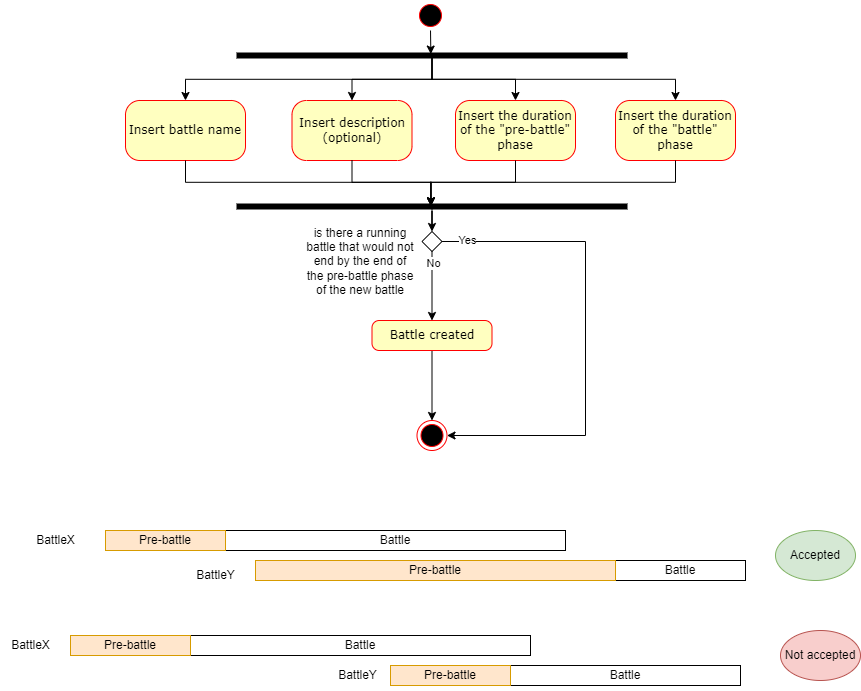
Above: Resources/UML/ActivityDiagram/CreateBattle.png in SimoneLucca2/CodingCompetitionApplication (draw.io), before the change. Source tidied: cells renumbered, new cells last; positions are measured from the earlier drawing's top-left corner, leaving out a move shared by most shapes. Its diagram source:
```xml
<mxGraphModel>
  <root>
    <mxCell id="0" />
    <mxCell id="1" parent="0" />
    <mxCell id="2" style="ellipse;html=1;shape=startState;fillColor=#000000;strokeColor=#ff0000;rounded=1;shadow=0;comic=0;labelBackgroundColor=none;fontFamily=Verdana;fontSize=12;fontColor=#000000;align=center;direction=south;" parent="1" vertex="1">
      <mxGeometry x="415" y="140" width="30" height="30" as="geometry" />
    </mxCell>
    <mxCell id="3" value="Insert description&lt;br&gt;(optional)" style="rounded=1;whiteSpace=wrap;html=1;arcSize=24;fillColor=#ffffc0;strokeColor=#ff0000;shadow=0;comic=0;labelBackgroundColor=none;fontFamily=Verdana;fontSize=12;fontColor=#000000;align=center;" parent="1" vertex="1">
      <mxGeometry x="291.5" y="240" width="120" height="60" as="geometry" />
    </mxCell>
    <mxCell id="4" style="ellipse;html=1;shape=endState;fillColor=#000000;strokeColor=#ff0000;rounded=1;shadow=0;comic=0;labelBackgroundColor=none;fontFamily=Verdana;fontSize=12;fontColor=#000000;align=center;" parent="1" vertex="1">
      <mxGeometry x="416.5" y="560" width="30" height="30" as="geometry" />
    </mxCell>
    <mxCell id="5" style="edgeStyle=orthogonalEdgeStyle;rounded=0;jettySize=auto;html=1;entryX=0.5;entryY=0;entryDx=0;entryDy=0;" parent="1" edge="1" source="9" target="13">
      <mxGeometry relative="1" as="geometry" />
    </mxCell>
    <mxCell id="6" style="edgeStyle=orthogonalEdgeStyle;rounded=0;jettySize=auto;html=1;" parent="1" edge="1" source="9" target="3">
      <mxGeometry relative="1" as="geometry" />
    </mxCell>
    <mxCell id="7" style="edgeStyle=orthogonalEdgeStyle;rounded=0;jettySize=auto;html=1;" parent="1" edge="1" source="9" target="12">
      <mxGeometry relative="1" as="geometry" />
    </mxCell>
    <mxCell id="8" style="edgeStyle=orthogonalEdgeStyle;rounded=0;jettySize=auto;html=1;" parent="1" edge="1" source="9" target="11">
      <mxGeometry relative="1" as="geometry" />
    </mxCell>
    <mxCell id="9" style="html=1;points=[];perimeter=orthogonalPerimeter;fillColor=strokeColor;rotation=90;" parent="1" vertex="1">
      <mxGeometry x="429" width="5" height="390" as="geometry" />
    </mxCell>
    <mxCell id="10" style="edgeStyle=orthogonalEdgeStyle;rounded=0;jettySize=auto;html=1;exitX=1;exitY=0.5;exitDx=0;exitDy=0;entryX=0.21;entryY=0.503;entryDx=0;entryDy=0;entryPerimeter=0;" parent="1" edge="1" source="2" target="9">
      <mxGeometry relative="1" as="geometry" />
    </mxCell>
    <mxCell id="11" value="Insert the duration of the &quot;battle&quot; phase" style="rounded=1;whiteSpace=wrap;html=1;arcSize=24;fillColor=#ffffc0;strokeColor=#ff0000;shadow=0;comic=0;labelBackgroundColor=none;fontFamily=Verdana;fontSize=12;fontColor=#000000;align=center;" parent="1" vertex="1">
      <mxGeometry x="615" y="240" width="120" height="60" as="geometry" />
    </mxCell>
    <mxCell id="12" value="Insert the duration of the &quot;pre-battle&quot; phase" style="rounded=1;whiteSpace=wrap;html=1;arcSize=24;fillColor=#ffffc0;strokeColor=#ff0000;shadow=0;comic=0;labelBackgroundColor=none;fontFamily=Verdana;fontSize=12;fontColor=#000000;align=center;" parent="1" vertex="1">
      <mxGeometry x="455" y="240" width="120" height="60" as="geometry" />
    </mxCell>
    <mxCell id="13" value="Insert battle name" style="rounded=1;whiteSpace=wrap;html=1;arcSize=24;fillColor=#ffffc0;strokeColor=#ff0000;shadow=0;comic=0;labelBackgroundColor=none;fontFamily=Verdana;fontSize=12;fontColor=#000000;align=center;" parent="1" vertex="1">
      <mxGeometry x="125" y="240" width="120" height="60" as="geometry" />
    </mxCell>
    <mxCell id="14" style="edgeStyle=orthogonalEdgeStyle;rounded=0;jettySize=auto;html=1;exitX=1;exitY=0.5;exitDx=0;exitDy=0;entryX=1;entryY=0.5;entryDx=0;entryDy=0;" parent="1" edge="1" source="18" target="4">
      <mxGeometry relative="1" as="geometry">
        <Array as="points">
          <mxPoint x="585" y="381" />
          <mxPoint x="585" y="575" />
        </Array>
      </mxGeometry>
    </mxCell>
    <mxCell id="15" value="Yes" style="edgeLabel;html=1;align=center;verticalAlign=middle;" parent="14" vertex="1">
      <mxGeometry x="-0.89" y="2" relative="1" as="geometry" />
    </mxCell>
    <mxCell id="16" style="edgeStyle=orthogonalEdgeStyle;rounded=0;jettySize=auto;html=1;" parent="1" edge="1" source="18" target="21">
      <mxGeometry relative="1" as="geometry" />
    </mxCell>
    <mxCell id="17" value="No" style="edgeLabel;html=1;align=center;verticalAlign=middle;" parent="16" vertex="1">
      <mxGeometry x="-0.69" y="1" relative="1" as="geometry" />
    </mxCell>
    <mxCell id="18" style="rhombus;whiteSpace=wrap;html=1;" parent="1" vertex="1">
      <mxGeometry x="421.5" y="371" width="20" height="20" as="geometry" />
    </mxCell>
    <mxCell id="19" value="is there a running battle that would not end by the end of the pre-battle phase of the new battle" style="text;html=1;strokeColor=none;fillColor=none;align=center;verticalAlign=middle;whiteSpace=wrap;rounded=0;" parent="1" vertex="1">
      <mxGeometry x="305" y="361" width="110" height="80" as="geometry" />
    </mxCell>
    <mxCell id="20" style="edgeStyle=orthogonalEdgeStyle;rounded=0;jettySize=auto;html=1;" parent="1" edge="1" source="21" target="4">
      <mxGeometry relative="1" as="geometry" />
    </mxCell>
    <mxCell id="21" value="Battle created" style="rounded=1;whiteSpace=wrap;html=1;arcSize=24;fillColor=#ffffc0;strokeColor=#ff0000;shadow=0;comic=0;labelBackgroundColor=none;fontFamily=Verdana;fontSize=12;fontColor=#000000;align=center;" parent="1" vertex="1">
      <mxGeometry x="371.5" y="460" width="120" height="30" as="geometry" />
    </mxCell>
    <mxCell id="22" style="edgeStyle=orthogonalEdgeStyle;rounded=0;jettySize=auto;html=1;" parent="1" edge="1" source="23" target="18">
      <mxGeometry relative="1" as="geometry" />
    </mxCell>
    <mxCell id="23" style="html=1;points=[];perimeter=orthogonalPerimeter;fillColor=strokeColor;rotation=90;" parent="1" vertex="1">
      <mxGeometry x="429" y="151" width="5" height="390" as="geometry" />
    </mxCell>
    <mxCell id="24" style="edgeStyle=orthogonalEdgeStyle;rounded=0;jettySize=auto;html=1;entryX=0.355;entryY=0.503;entryDx=0;entryDy=0;entryPerimeter=0;" parent="1" edge="1" source="13" target="23">
      <mxGeometry relative="1" as="geometry" />
    </mxCell>
    <mxCell id="25" style="edgeStyle=orthogonalEdgeStyle;rounded=0;jettySize=auto;html=1;entryX=0.355;entryY=0.502;entryDx=0;entryDy=0;entryPerimeter=0;" parent="1" edge="1" source="3" target="23">
      <mxGeometry relative="1" as="geometry" />
    </mxCell>
    <mxCell id="26" style="edgeStyle=orthogonalEdgeStyle;rounded=0;jettySize=auto;html=1;entryX=0.38;entryY=0.503;entryDx=0;entryDy=0;entryPerimeter=0;" parent="1" edge="1" source="12" target="23">
      <mxGeometry relative="1" as="geometry" />
    </mxCell>
    <mxCell id="27" style="edgeStyle=orthogonalEdgeStyle;rounded=0;jettySize=auto;html=1;entryX=0.38;entryY=0.503;entryDx=0;entryDy=0;entryPerimeter=0;" parent="1" edge="1" source="11" target="23">
      <mxGeometry relative="1" as="geometry" />
    </mxCell>
    <mxCell id="28" value="Battle" style="rounded=0;whiteSpace=wrap;html=1;" parent="1" vertex="1">
      <mxGeometry x="225" y="670" width="340" height="20" as="geometry" />
    </mxCell>
    <mxCell id="29" value="Pre-battle" style="rounded=0;whiteSpace=wrap;html=1;fillColor=#ffe6cc;strokeColor=#d79b00;" parent="1" vertex="1">
      <mxGeometry x="105" y="670" width="120" height="20" as="geometry" />
    </mxCell>
    <mxCell id="30" value="Battle" style="rounded=0;whiteSpace=wrap;html=1;" parent="1" vertex="1">
      <mxGeometry x="615" y="700" width="130" height="20" as="geometry" />
    </mxCell>
    <mxCell id="31" value="Pre-battle" style="rounded=0;whiteSpace=wrap;html=1;fillColor=#ffe6cc;strokeColor=#d79b00;" parent="1" vertex="1">
      <mxGeometry x="255" y="700" width="360" height="20" as="geometry" />
    </mxCell>
    <mxCell id="32" value="Battle" style="rounded=0;whiteSpace=wrap;html=1;" parent="1" vertex="1">
      <mxGeometry x="190" y="775" width="340" height="20" as="geometry" />
    </mxCell>
    <mxCell id="33" value="Pre-battle" style="rounded=0;whiteSpace=wrap;html=1;fillColor=#ffe6cc;strokeColor=#d79b00;" parent="1" vertex="1">
      <mxGeometry x="70" y="775" width="120" height="20" as="geometry" />
    </mxCell>
    <mxCell id="34" value="Battle" style="rounded=0;whiteSpace=wrap;html=1;" parent="1" vertex="1">
      <mxGeometry x="510" y="805" width="230" height="20" as="geometry" />
    </mxCell>
    <mxCell id="35" value="Pre-battle" style="rounded=0;whiteSpace=wrap;html=1;fillColor=#ffe6cc;strokeColor=#d79b00;" parent="1" vertex="1">
      <mxGeometry x="390" y="805" width="120" height="20" as="geometry" />
    </mxCell>
    <mxCell id="36" value="BattleX" style="text;html=1;align=center;verticalAlign=middle;strokeColor=none;fillColor=none;" parent="1" vertex="1">
      <mxGeometry x="25" y="665" width="60" height="30" as="geometry" />
    </mxCell>
    <mxCell id="37" value="BattleX" style="text;html=1;align=center;verticalAlign=middle;strokeColor=none;fillColor=none;" parent="1" vertex="1">
      <mxGeometry y="770" width="60" height="30" as="geometry" />
    </mxCell>
    <mxCell id="38" value="BattleY" style="text;html=1;align=center;verticalAlign=middle;strokeColor=none;fillColor=none;" parent="1" vertex="1">
      <mxGeometry x="185" y="700" width="60" height="30" as="geometry" />
    </mxCell>
    <mxCell id="39" value="BattleY" style="text;html=1;align=center;verticalAlign=middle;strokeColor=none;fillColor=none;" parent="1" vertex="1">
      <mxGeometry x="326.5" y="800" width="60" height="30" as="geometry" />
    </mxCell>
    <mxCell id="40" value="Accepted" style="ellipse;whiteSpace=wrap;html=1;fillColor=#d5e8d4;strokeColor=#82b366;" parent="1" vertex="1">
      <mxGeometry x="775" y="670" width="80" height="50" as="geometry" />
    </mxCell>
    <mxCell id="41" value="Not accepted" style="ellipse;whiteSpace=wrap;html=1;fillColor=#f8cecc;strokeColor=#b85450;" parent="1" vertex="1">
      <mxGeometry x="780" y="770" width="80" height="50" as="geometry" />
    </mxCell>
  </root>
</mxGraphModel>
```
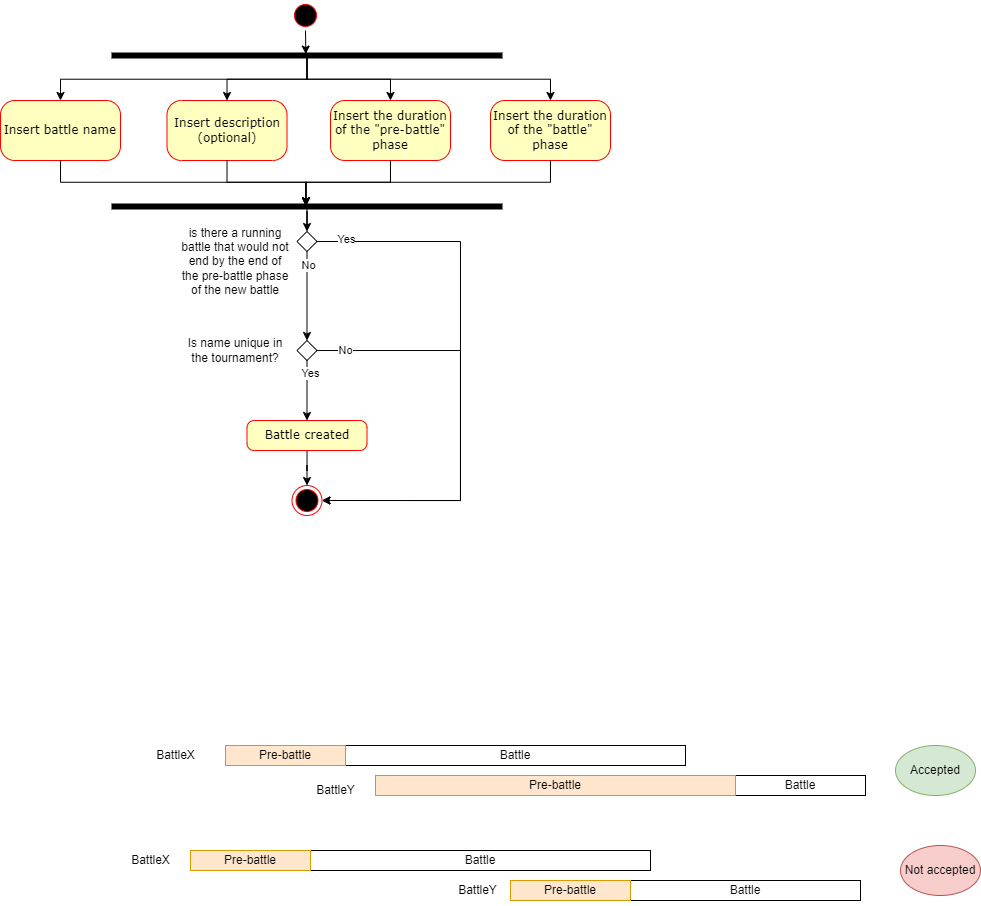
After the commit.

What changed in the source:
```diff
@@ -3,13 +3,13 @@
     <mxCell id="0" />
     <mxCell id="1" parent="0" />
     <mxCell id="2" style="ellipse;html=1;shape=startState;fillColor=#000000;strokeColor=#ff0000;rounded=1;shadow=0;comic=0;labelBackgroundColor=none;fontFamily=Verdana;fontSize=12;fontColor=#000000;align=center;direction=south;" parent="1" vertex="1">
-      <mxGeometry x="415" y="140" width="30" height="30" as="geometry" />
+      <mxGeometry x="170" y="-75" width="30" height="30" as="geometry" />
     </mxCell>
     <mxCell id="3" value="Insert description&lt;br&gt;(optional)" style="rounded=1;whiteSpace=wrap;html=1;arcSize=24;fillColor=#ffffc0;strokeColor=#ff0000;shadow=0;comic=0;labelBackgroundColor=none;fontFamily=Verdana;fontSize=12;fontColor=#000000;align=center;" parent="1" vertex="1">
-      <mxGeometry x="291.5" y="240" width="120" height="60" as="geometry" />
+      <mxGeometry x="46.5" y="25" width="120" height="60" as="geometry" />
     </mxCell>
     <mxCell id="4" style="ellipse;html=1;shape=endState;fillColor=#000000;strokeColor=#ff0000;rounded=1;shadow=0;comic=0;labelBackgroundColor=none;fontFamily=Verdana;fontSize=12;fontColor=#000000;align=center;" parent="1" vertex="1">
-      <mxGeometry x="416.5" y="560" width="30" height="30" as="geometry" />
+      <mxGeometry x="171.5" y="410" width="30" height="30" as="geometry" />
     </mxCell>
     <mxCell id="5" style="edgeStyle=orthogonalEdgeStyle;rounded=0;jettySize=auto;html=1;entryX=0.5;entryY=0;entryDx=0;entryDy=0;" parent="1" edge="1" source="9" target="13">
       <mxGeometry relative="1" as="geometry" />
@@ -24,54 +24,54 @@
       <mxGeometry relative="1" as="geometry" />
     </mxCell>
     <mxCell id="9" style="html=1;points=[];perimeter=orthogonalPerimeter;fillColor=strokeColor;rotation=90;" parent="1" vertex="1">
-      <mxGeometry x="429" width="5" height="390" as="geometry" />
+      <mxGeometry x="184" y="-215" width="5" height="390" as="geometry" />
     </mxCell>
     <mxCell id="10" style="edgeStyle=orthogonalEdgeStyle;rounded=0;jettySize=auto;html=1;exitX=1;exitY=0.5;exitDx=0;exitDy=0;entryX=0.21;entryY=0.503;entryDx=0;entryDy=0;entryPerimeter=0;" parent="1" edge="1" source="2" target="9">
       <mxGeometry relative="1" as="geometry" />
     </mxCell>
     <mxCell id="11" value="Insert the duration of the &quot;battle&quot; phase" style="rounded=1;whiteSpace=wrap;html=1;arcSize=24;fillColor=#ffffc0;strokeColor=#ff0000;shadow=0;comic=0;labelBackgroundColor=none;fontFamily=Verdana;fontSize=12;fontColor=#000000;align=center;" parent="1" vertex="1">
-      <mxGeometry x="615" y="240" width="120" height="60" as="geometry" />
+      <mxGeometry x="370" y="25" width="120" height="60" as="geometry" />
     </mxCell>
     <mxCell id="12" value="Insert the duration of the &quot;pre-battle&quot; phase" style="rounded=1;whiteSpace=wrap;html=1;arcSize=24;fillColor=#ffffc0;strokeColor=#ff0000;shadow=0;comic=0;labelBackgroundColor=none;fontFamily=Verdana;fontSize=12;fontColor=#000000;align=center;" parent="1" vertex="1">
-      <mxGeometry x="455" y="240" width="120" height="60" as="geometry" />
+      <mxGeometry x="210" y="25" width="120" height="60" as="geometry" />
     </mxCell>
     <mxCell id="13" value="Insert battle name" style="rounded=1;whiteSpace=wrap;html=1;arcSize=24;fillColor=#ffffc0;strokeColor=#ff0000;shadow=0;comic=0;labelBackgroundColor=none;fontFamily=Verdana;fontSize=12;fontColor=#000000;align=center;" parent="1" vertex="1">
-      <mxGeometry x="125" y="240" width="120" height="60" as="geometry" />
+      <mxGeometry x="-120" y="25" width="120" height="60" as="geometry" />
     </mxCell>
     <mxCell id="14" style="edgeStyle=orthogonalEdgeStyle;rounded=0;jettySize=auto;html=1;exitX=1;exitY=0.5;exitDx=0;exitDy=0;entryX=1;entryY=0.5;entryDx=0;entryDy=0;" parent="1" edge="1" source="18" target="4">
       <mxGeometry relative="1" as="geometry">
         <Array as="points">
-          <mxPoint x="585" y="381" />
-          <mxPoint x="585" y="575" />
+          <mxPoint x="340" y="166" />
+          <mxPoint x="340" y="425" />
         </Array>
       </mxGeometry>
     </mxCell>
     <mxCell id="15" value="Yes" style="edgeLabel;html=1;align=center;verticalAlign=middle;" parent="14" vertex="1">
       <mxGeometry x="-0.89" y="2" relative="1" as="geometry" />
     </mxCell>
-    <mxCell id="16" style="edgeStyle=orthogonalEdgeStyle;rounded=0;jettySize=auto;html=1;" parent="1" edge="1" source="18" target="21">
+    <mxCell id="16" style="edgeStyle=orthogonalEdgeStyle;rounded=0;jettySize=auto;html=1;entryX=0.5;entryY=0;entryDx=0;entryDy=0;" parent="1" edge="1" source="18" target="46">
       <mxGeometry relative="1" as="geometry" />
     </mxCell>
     <mxCell id="17" value="No" style="edgeLabel;html=1;align=center;verticalAlign=middle;" parent="16" vertex="1">
       <mxGeometry x="-0.69" y="1" relative="1" as="geometry" />
     </mxCell>
     <mxCell id="18" style="rhombus;whiteSpace=wrap;html=1;" parent="1" vertex="1">
-      <mxGeometry x="421.5" y="371" width="20" height="20" as="geometry" />
+      <mxGeometry x="176.5" y="156" width="20" height="20" as="geometry" />
     </mxCell>
     <mxCell id="19" value="is there a running battle that would not end by the end of the pre-battle phase of the new battle" style="text;html=1;strokeColor=none;fillColor=none;align=center;verticalAlign=middle;whiteSpace=wrap;rounded=0;" parent="1" vertex="1">
-      <mxGeometry x="305" y="361" width="110" height="80" as="geometry" />
+      <mxGeometry x="60" y="146" width="110" height="80" as="geometry" />
     </mxCell>
     <mxCell id="20" style="edgeStyle=orthogonalEdgeStyle;rounded=0;jettySize=auto;html=1;" parent="1" edge="1" source="21" target="4">
       <mxGeometry relative="1" as="geometry" />
     </mxCell>
     <mxCell id="21" value="Battle created" style="rounded=1;whiteSpace=wrap;html=1;arcSize=24;fillColor=#ffffc0;strokeColor=#ff0000;shadow=0;comic=0;labelBackgroundColor=none;fontFamily=Verdana;fontSize=12;fontColor=#000000;align=center;" parent="1" vertex="1">
-      <mxGeometry x="371.5" y="460" width="120" height="30" as="geometry" />
+      <mxGeometry x="126.5" y="345" width="120" height="30" as="geometry" />
     </mxCell>
     <mxCell id="22" style="edgeStyle=orthogonalEdgeStyle;rounded=0;jettySize=auto;html=1;" parent="1" edge="1" source="23" target="18">
       <mxGeometry relative="1" as="geometry" />
     </mxCell>
     <mxCell id="23" style="html=1;points=[];perimeter=orthogonalPerimeter;fillColor=strokeColor;rotation=90;" parent="1" vertex="1">
-      <mxGeometry x="429" y="151" width="5" height="390" as="geometry" />
+      <mxGeometry x="184" y="-64" width="5" height="390" as="geometry" />
     </mxCell>
     <mxCell id="24" style="edgeStyle=orthogonalEdgeStyle;rounded=0;jettySize=auto;html=1;entryX=0.355;entryY=0.503;entryDx=0;entryDy=0;entryPerimeter=0;" parent="1" edge="1" source="13" target="23">
       <mxGeometry relative="1" as="geometry" />
@@ -127,5 +127,30 @@
     <mxCell id="41" value="Not accepted" style="ellipse;whiteSpace=wrap;html=1;fillColor=#f8cecc;strokeColor=#b85450;" parent="1" vertex="1">
       <mxGeometry x="780" y="770" width="80" height="50" as="geometry" />
     </mxCell>
+    <mxCell id="42" style="edgeStyle=orthogonalEdgeStyle;rounded=0;jettySize=auto;html=1;" parent="1" edge="1" source="46" target="21">
+      <mxGeometry relative="1" as="geometry" />
+    </mxCell>
+    <mxCell id="43" value="Yes" style="edgeLabel;html=1;align=center;verticalAlign=middle;" parent="42" vertex="1">
+      <mxGeometry x="-0.59" y="3" relative="1" as="geometry" />
+    </mxCell>
+    <mxCell id="44" style="edgeStyle=orthogonalEdgeStyle;rounded=0;jettySize=auto;html=1;entryX=1;entryY=0.5;entryDx=0;entryDy=0;" parent="1" edge="1" source="46" target="4">
+      <mxGeometry relative="1" as="geometry">
+        <Array as="points">
+          <mxPoint x="340" y="275" />
+          <mxPoint x="340" y="425" />
+        </Array>
+      </mxGeometry>
+    </mxCell>
+    <mxCell id="45" value="No" style="edgeLabel;html=1;align=center;verticalAlign=middle;" parent="44" vertex="1">
+      <mxGeometry x="-0.92" y="-2" relative="1" as="geometry">
+        <mxPoint x="12" y="-2" as="offset" />
+      </mxGeometry>
+    </mxCell>
+    <mxCell id="46" style="rhombus;whiteSpace=wrap;html=1;" parent="1" vertex="1">
+      <mxGeometry x="176.5" y="265" width="20" height="20" as="geometry" />
+    </mxCell>
+    <mxCell id="47" value="Is name unique in the tournament?" style="text;html=1;strokeColor=none;fillColor=none;align=center;verticalAlign=middle;whiteSpace=wrap;rounded=0;" parent="1" vertex="1">
+      <mxGeometry x="60" y="235" width="110" height="80" as="geometry" />
+    </mxCell>
   </root>
 </mxGraphModel>
```
